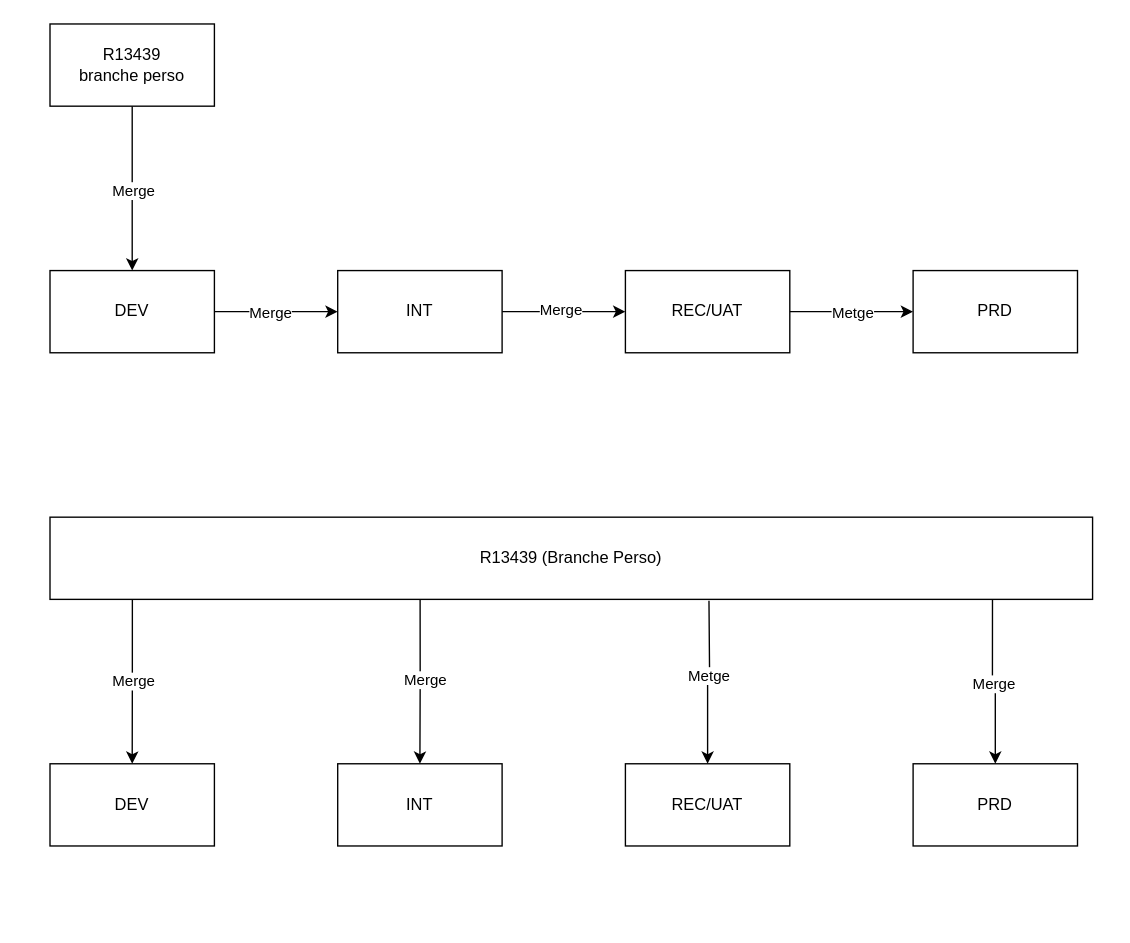
The draw.io diagram new deploy git.drawio in ThisPacha/draw.io, before the edit. Source tidied: cells renumbered, new cells numbered last; positions are measured from the earlier drawing's top-left corner, leaving out a move shared by most shapes. Both pictures are drawn from the tidied source at 137%, with x=0, y=0 at pixel (49, 23). Pictures stored in the file or linked from it are replaced by grey dashed boxes.
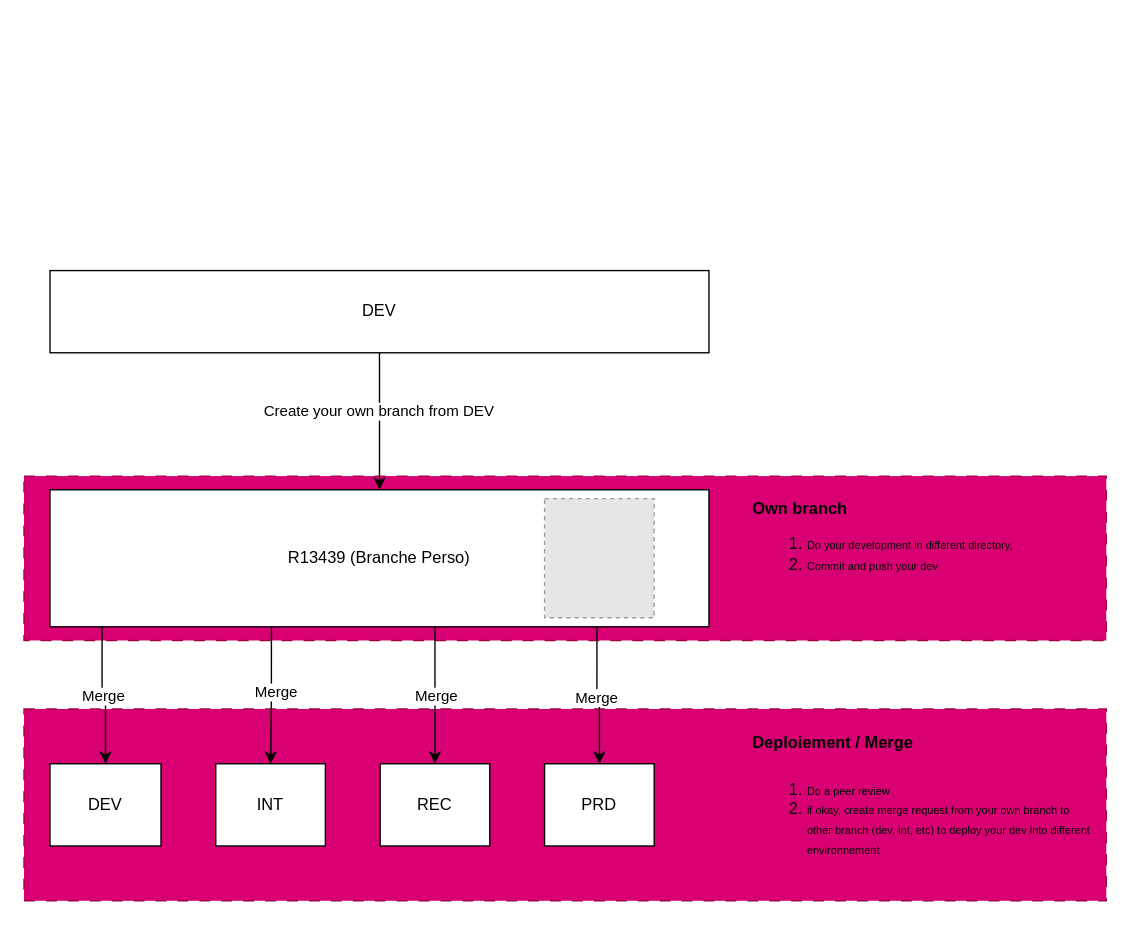
The same page after the edit.

Commit message:
Flow git CI/CD

The change refers to these unchanged cells:
```xml
<mxCell id="23" style="edgeStyle=orthogonalEdgeStyle;rounded=0;jettySize=auto;html=1;entryX=0.5;entryY=0;entryDx=0;entryDy=0;" parent="1" edge="1" target="17">
  <mxGeometry relative="1" as="geometry">
    <mxPoint x="481" y="421" as="sourcePoint" />
  </mxGeometry>
</mxCell>
```

What changed in the source:
```diff
@@
-    <mxCell id="2" style="edgeStyle=orthogonalEdgeStyle;rounded=0;jettySize=auto;html=1;exitX=1;exitY=0.5;exitDx=0;exitDy=0;" parent="1" edge="1" source="4" target="7">
-      <mxGeometry relative="1" as="geometry" />
-    </mxCell>
-    <mxCell id="3" value="Merge" style="edgeLabel;html=1;align=center;verticalAlign=middle;" parent="2" vertex="1">
-      <mxGeometry x="-0.12" relative="1" as="geometry" />
-    </mxCell>
+    <mxCell id="28" style="rounded=0;whiteSpace=wrap;html=1;dashed=1;dashPattern=8 8;fillColor=light-dark(#D80073,#001933);fontColor=#ffffff;strokeColor=#A50040;" parent="1" vertex="1">
+      <mxGeometry x="-19" y="500" width="790" height="140" as="geometry" />
+    </mxCell>
+    <mxCell id="29" style="rounded=0;whiteSpace=wrap;html=1;dashed=1;dashPattern=8 8;fillColor=light-dark(#D80073,#001933);fontColor=#ffffff;strokeColor=#A50040;" parent="1" vertex="1">
+      <mxGeometry x="-19" y="330" width="790" height="120" as="geometry" />
+    </mxCell>
+    <mxCell id="30" style="edgeStyle=orthogonalEdgeStyle;rounded=0;jettySize=auto;html=1;exitX=0.5;exitY=1;exitDx=0;exitDy=0;entryX=0.5;entryY=0;entryDx=0;entryDy=0;" parent="1" edge="1" source="4" target="27">
+      <mxGeometry relative="1" as="geometry" />
+    </mxCell>
+    <mxCell id="31" value="Create your own branch from DEV" style="edgeLabel;html=1;align=center;verticalAlign=middle;" parent="30" vertex="1">
+      <mxGeometry x="-0.16" y="-1" relative="1" as="geometry" />
+    </mxCell>
     <mxCell id="4" value="DEV" style="rounded=0;whiteSpace=wrap;html=1;" parent="1" vertex="1">
-      <mxGeometry y="180" width="120" height="60" as="geometry" />
+      <mxGeometry y="180" width="481" height="60" as="geometry" />
     </mxCell>
-    <mxCell id="5" style="edgeStyle=orthogonalEdgeStyle;rounded=0;jettySize=auto;html=1;exitX=1;exitY=0.5;exitDx=0;exitDy=0;" parent="1" edge="1" source="7" target="10">
-      <mxGeometry relative="1" as="geometry" />
-    </mxCell>
-    <mxCell id="6" value="Merge" style="edgeLabel;html=1;align=center;verticalAlign=middle;" parent="5" vertex="1">
-      <mxGeometry x="-0.06" y="2" relative="1" as="geometry" />
-    </mxCell>
-    <mxCell id="7" value="INT" style="rounded=0;whiteSpace=wrap;html=1;" parent="1" vertex="1">
-      <mxGeometry x="210" y="180" width="120" height="60" as="geometry" />
-    </mxCell>
-    <mxCell id="8" style="edgeStyle=orthogonalEdgeStyle;rounded=0;jettySize=auto;html=1;exitX=1;exitY=0.5;exitDx=0;exitDy=0;entryX=0;entryY=0.5;entryDx=0;entryDy=0;" parent="1" edge="1" source="10" target="11">
-      <mxGeometry relative="1" as="geometry" />
-    </mxCell>
-    <mxCell id="9" value="Metge" style="edgeLabel;html=1;align=center;verticalAlign=middle;" parent="8" vertex="1">
-      <mxGeometry x="0.01" relative="1" as="geometry" />
-    </mxCell>
-    <mxCell id="10" value="REC/UAT" style="rounded=0;whiteSpace=wrap;html=1;" parent="1" vertex="1">
-      <mxGeometry x="420" y="180" width="120" height="60" as="geometry" />
-    </mxCell>
-    <mxCell id="11" value="PRD" style="rounded=0;whiteSpace=wrap;html=1;" parent="1" vertex="1">
-      <mxGeometry x="630" y="180" width="120" height="60" as="geometry" />
-    </mxCell>
-    <mxCell id="12" style="edgeStyle=orthogonalEdgeStyle;rounded=0;jettySize=auto;html=1;" parent="1" edge="1" source="14" target="4">
-      <mxGeometry relative="1" as="geometry" />
-    </mxCell>
-    <mxCell id="13" value="Merge" style="edgeLabel;html=1;align=center;verticalAlign=middle;" parent="12" vertex="1">
-      <mxGeometry x="0.02" relative="1" as="geometry" />
-    </mxCell>
-    <mxCell id="14" value="R13439&lt;br&gt;branche perso" style="rounded=0;whiteSpace=wrap;html=1;" parent="1" vertex="1">
-      <mxGeometry width="120" height="60" as="geometry" />
-    </mxCell>
     <mxCell id="15" value="DEV" style="rounded=0;whiteSpace=wrap;html=1;" parent="1" vertex="1">
-      <mxGeometry y="540" width="120" height="60" as="geometry" />
+      <mxGeometry y="540" width="81" height="60" as="geometry" />
     </mxCell>
     <mxCell id="16" value="INT" style="rounded=0;whiteSpace=wrap;html=1;" parent="1" vertex="1">
-      <mxGeometry x="210" y="540" width="120" height="60" as="geometry" />
+      <mxGeometry x="121" y="540" width="80" height="60" as="geometry" />
     </mxCell>
-    <mxCell id="17" value="REC/UAT" style="rounded=0;whiteSpace=wrap;html=1;" parent="1" vertex="1">
-      <mxGeometry x="420" y="540" width="120" height="60" as="geometry" />
+    <mxCell id="17" value="REC" style="rounded=0;whiteSpace=wrap;html=1;" parent="1" vertex="1">
+      <mxGeometry x="241" y="540" width="80" height="60" as="geometry" />
     </mxCell>
     <mxCell id="18" value="PRD" style="rounded=0;whiteSpace=wrap;html=1;" parent="1" vertex="1">
-      <mxGeometry x="630" y="540" width="120" height="60" as="geometry" />
+      <mxGeometry x="361" y="540" width="80" height="60" as="geometry" />
     </mxCell>
@@
-    <mxCell id="21" style="edgeStyle=orthogonalEdgeStyle;rounded=0;jettySize=auto;html=1;exitX=0.355;exitY=0.967;exitDx=0;exitDy=0;entryX=0.5;entryY=0;entryDx=0;entryDy=0;exitPerimeter=0;" parent="1" edge="1" source="27" target="16">
+    <mxCell id="21" style="edgeStyle=orthogonalEdgeStyle;rounded=0;jettySize=auto;html=1;exitX=0.336;exitY=0.969;exitDx=0;exitDy=0;entryX=0.5;entryY=0;entryDx=0;entryDy=0;exitPerimeter=0;" parent="1" edge="1" source="27" target="16">
       <mxGeometry relative="1" as="geometry" />
     </mxCell>
@@
-    <mxCell id="24" value="Metge" style="edgeLabel;html=1;align=center;verticalAlign=middle;" parent="23" vertex="1">
-      <mxGeometry x="-0.1" y="-1" relative="1" as="geometry" />
+    <mxCell id="24" value="Merge" style="edgeLabel;html=1;align=center;verticalAlign=middle;" parent="23" vertex="1">
+      <mxGeometry x="-0.1" y="-1" relative="1" as="geometry">
+        <mxPoint x="-56" y="70" as="offset" />
+      </mxGeometry>
     </mxCell>
-    <mxCell id="25" style="edgeStyle=orthogonalEdgeStyle;rounded=0;jettySize=auto;html=1;exitX=0.904;exitY=0.993;exitDx=0;exitDy=0;entryX=0.5;entryY=0;entryDx=0;entryDy=0;exitPerimeter=0;" parent="1" edge="1" source="27" target="18">
+    <mxCell id="25" style="edgeStyle=orthogonalEdgeStyle;rounded=0;jettySize=auto;html=1;exitX=0.83;exitY=0.988;exitDx=0;exitDy=0;entryX=0.5;entryY=0;entryDx=0;entryDy=0;exitPerimeter=0;" parent="1" edge="1" source="27" target="18">
       <mxGeometry relative="1" as="geometry" />
     </mxCell>
@@
     <mxCell id="27" value="R13439 (Branche Perso)" style="rounded=0;whiteSpace=wrap;html=1;" parent="1" vertex="1">
-      <mxGeometry y="360" width="761" height="60" as="geometry" />
+      <mxGeometry y="340" width="481" height="100" as="geometry" />
     </mxCell>
+    <mxCell id="32" value="&lt;div&gt;&lt;b style=&quot;&quot;&gt;&lt;font&gt;Own branch&lt;/font&gt;&lt;/b&gt;&lt;/div&gt;&lt;ol&gt;&lt;li&gt;&lt;font style=&quot;font-size: 8px;&quot;&gt;Do your development in different directory,&lt;/font&gt;&lt;/li&gt;&lt;li&gt;&lt;font style=&quot;font-size: 8px;&quot;&gt;Commit and push your dev&lt;/font&gt;&lt;/li&gt;&lt;/ol&gt;&lt;p&gt;&lt;/p&gt;" style="text;html=1;whiteSpace=wrap;overflow=hidden;rounded=0;" parent="1" vertex="1">
+      <mxGeometry x="511" y="340" width="250" height="100" as="geometry" />
+    </mxCell>
+    <mxCell id="33" value="&lt;h1 style=&quot;margin-top: 0px;&quot;&gt;&lt;font style=&quot;font-size: 12px;&quot;&gt;Deploiement / Merge&lt;/font&gt;&lt;/h1&gt;&lt;p&gt;&lt;/p&gt;&lt;ol&gt;&lt;li&gt;&lt;font style=&quot;font-size: 8px;&quot;&gt;Do a peer review&lt;/font&gt;&lt;/li&gt;&lt;li&gt;&lt;font style=&quot;font-size: 8px;&quot;&gt;if okay, create merge request from your own branch to other branch (dev, int, etc) to deploy your dev into different environnement&lt;/font&gt;&lt;/li&gt;&lt;/ol&gt;&lt;p&gt;&lt;/p&gt;" style="text;html=1;whiteSpace=wrap;overflow=hidden;rounded=0;" parent="1" vertex="1">
+      <mxGeometry x="511" y="500" width="250" height="150" as="geometry" />
+    </mxCell>
+    <mxCell id="34" style="fillColor=#E6E6E6;strokeColor=#999999;dashed=1;verticalLabelPosition=bottom;labelBackgroundColor=default;verticalAlign=top;" parent="1" vertex="1">
+      <mxGeometry x="361" y="346.5" width="80" height="86.9" as="geometry" />
+    </mxCell>
```
